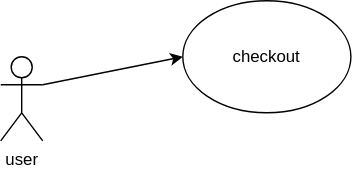
Before: use-case/checkout.svg, a diagram exported from draw.io (rd-raven/stirzz-design). Source tidied: cells renumbered, new cells last; positions are measured from the earlier drawing's top-left corner, leaving out a move shared by most shapes. Source of this version:
```xml
<mxGraphModel>
  <root>
    <mxCell id="0" />
    <mxCell id="1" parent="0" />
    <mxCell id="2" style="rounded=0;jettySize=auto;html=1;exitX=1;exitY=0.3333333333333333;exitDx=0;exitDy=0;exitPerimeter=0;entryX=0;entryY=0.5;entryDx=0;entryDy=0;" parent="1" edge="1" source="3" target="4">
      <mxGeometry relative="1" as="geometry" />
    </mxCell>
    <mxCell id="3" value="user" style="shape=umlActor;verticalLabelPosition=bottom;verticalAlign=top;html=1;outlineConnect=0;" parent="1" vertex="1">
      <mxGeometry y="40" width="30" height="60" as="geometry" />
    </mxCell>
    <mxCell id="4" value="checkout" style="ellipse;whiteSpace=wrap;html=1;" parent="1" vertex="1">
      <mxGeometry x="130" width="120" height="80" as="geometry" />
    </mxCell>
  </root>
</mxGraphModel>
```
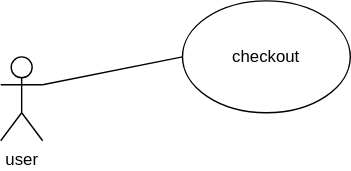
The same file after the commit.

What changed in the source:
```diff
@@ -2,7 +2,7 @@
   <root>
     <mxCell id="0" />
     <mxCell id="1" parent="0" />
-    <mxCell id="2" style="rounded=0;jettySize=auto;html=1;exitX=1;exitY=0.3333333333333333;exitDx=0;exitDy=0;exitPerimeter=0;entryX=0;entryY=0.5;entryDx=0;entryDy=0;" parent="1" edge="1" source="3" target="4">
+    <mxCell id="2" style="rounded=0;jettySize=auto;html=1;exitX=1;exitY=0.3333333333333333;exitDx=0;exitDy=0;exitPerimeter=0;entryX=0;entryY=0.5;entryDx=0;entryDy=0;endArrow=none;endFill=0;" parent="1" edge="1" source="3" target="4">
       <mxGeometry relative="1" as="geometry" />
     </mxCell>
     <mxCell id="3" value="user" style="shape=umlActor;verticalLabelPosition=bottom;verticalAlign=top;html=1;outlineConnect=0;" parent="1" vertex="1">
```
